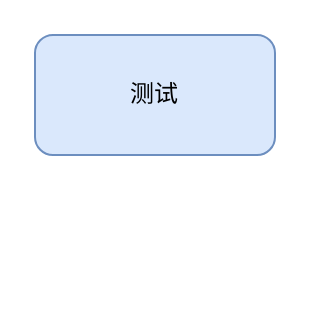
hao15239129517/drawio keeps this draw.io diagram as Project/测试.drawio. Above is the earlier version. Source tidied: cells renumbered, new cells numbered last; positions are measured from the earlier drawing's top-left corner, leaving out a move shared by most shapes. Both pictures are drawn from the tidied source at 200%, with x=0, y=0 at pixel (34, 34).
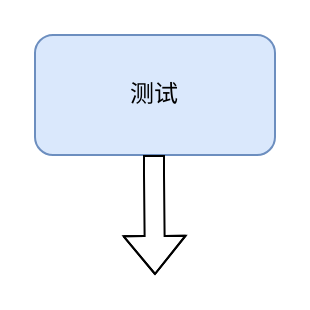
The same page after the edit.

The edit, as a diff of the source:
```diff
@@
 <mxGraphModel>
   <root>
     <mxCell id="0" />
     <mxCell id="1" parent="0" />
     <mxCell id="2" value="测试" style="rounded=1;whiteSpace=wrap;html=1;fillColor=#dae8fc;strokeColor=#6c8ebf;" parent="1" vertex="1">
       <mxGeometry width="120" height="60" as="geometry" />
     </mxCell>
+    <mxCell id="3" style="shape=flexArrow;endArrow=classic;html=1;rounded=0;" parent="1" edge="1">
+      <mxGeometry relative="1" as="geometry">
+        <mxPoint x="59.5" y="60" as="sourcePoint" />
+        <mxPoint x="60" y="120" as="targetPoint" />
+        <Array as="points">
+          <mxPoint x="59.5" y="70" />
+        </Array>
+      </mxGeometry>
+    </mxCell>
   </root>
 </mxGraphModel>
```
